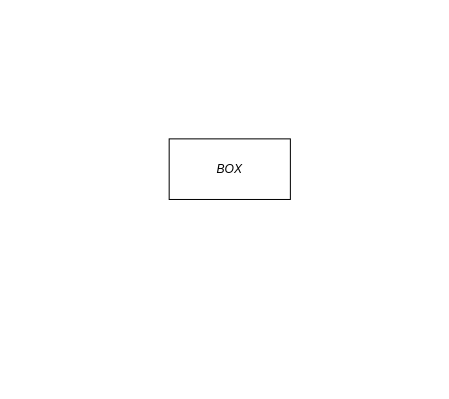
Before: Untitled Diagram.drawio in dijalaanita/dijalaanita, a draw.io diagram. Source tidied: cells renumbered, new cells numbered last; positions are measured from the earlier drawing's top-left corner, leaving out a move shared by most shapes. Both pictures are drawn from the tidied source at 101%, with x=0, y=0 at pixel (169, 138).
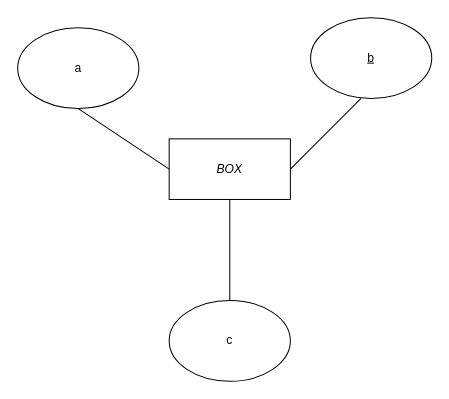
The same page after the edit.

The edit, as a diff of the source:
```diff
@@
 <mxGraphModel>
   <root>
     <mxCell id="0" />
     <mxCell id="1" parent="0" />
     <mxCell id="2" value="BOX" style="rounded=0;whiteSpace=wrap;html=1;fontStyle=2;" parent="1" vertex="1">
       <mxGeometry width="120" height="60" as="geometry" />
     </mxCell>
+    <mxCell id="3" value="a" style="ellipse;whiteSpace=wrap;html=1;" parent="1" vertex="1">
+      <mxGeometry x="-150" y="-110" width="120" height="80" as="geometry" />
+    </mxCell>
+    <mxCell id="4" value="b" style="ellipse;whiteSpace=wrap;html=1;fontStyle=4;" parent="1" vertex="1">
+      <mxGeometry x="140" y="-120" width="120" height="80" as="geometry" />
+    </mxCell>
+    <mxCell id="5" value="c" style="ellipse;whiteSpace=wrap;html=1;" parent="1" vertex="1">
+      <mxGeometry y="160" width="120" height="80" as="geometry" />
+    </mxCell>
+    <mxCell id="6" style="endArrow=none;html=1;rounded=0;exitX=0;exitY=0.5;exitDx=0;exitDy=0;" parent="1" edge="1" source="2">
+      <mxGeometry relative="1" as="geometry">
+        <mxPoint x="-90" y="-30" as="targetPoint" />
+      </mxGeometry>
+    </mxCell>
+    <mxCell id="7" style="endArrow=none;html=1;rounded=0;exitX=1;exitY=0.5;exitDx=0;exitDy=0;" parent="1" edge="1" source="2">
+      <mxGeometry relative="1" as="geometry">
+        <mxPoint x="190" y="-40" as="targetPoint" />
+      </mxGeometry>
+    </mxCell>
+    <mxCell id="8" style="endArrow=none;html=1;rounded=0;exitX=0.5;exitY=0;exitDx=0;exitDy=0;" parent="1" edge="1" source="5">
+      <mxGeometry relative="1" as="geometry">
+        <mxPoint x="60" y="60" as="targetPoint" />
+      </mxGeometry>
+    </mxCell>
   </root>
 </mxGraphModel>
```
